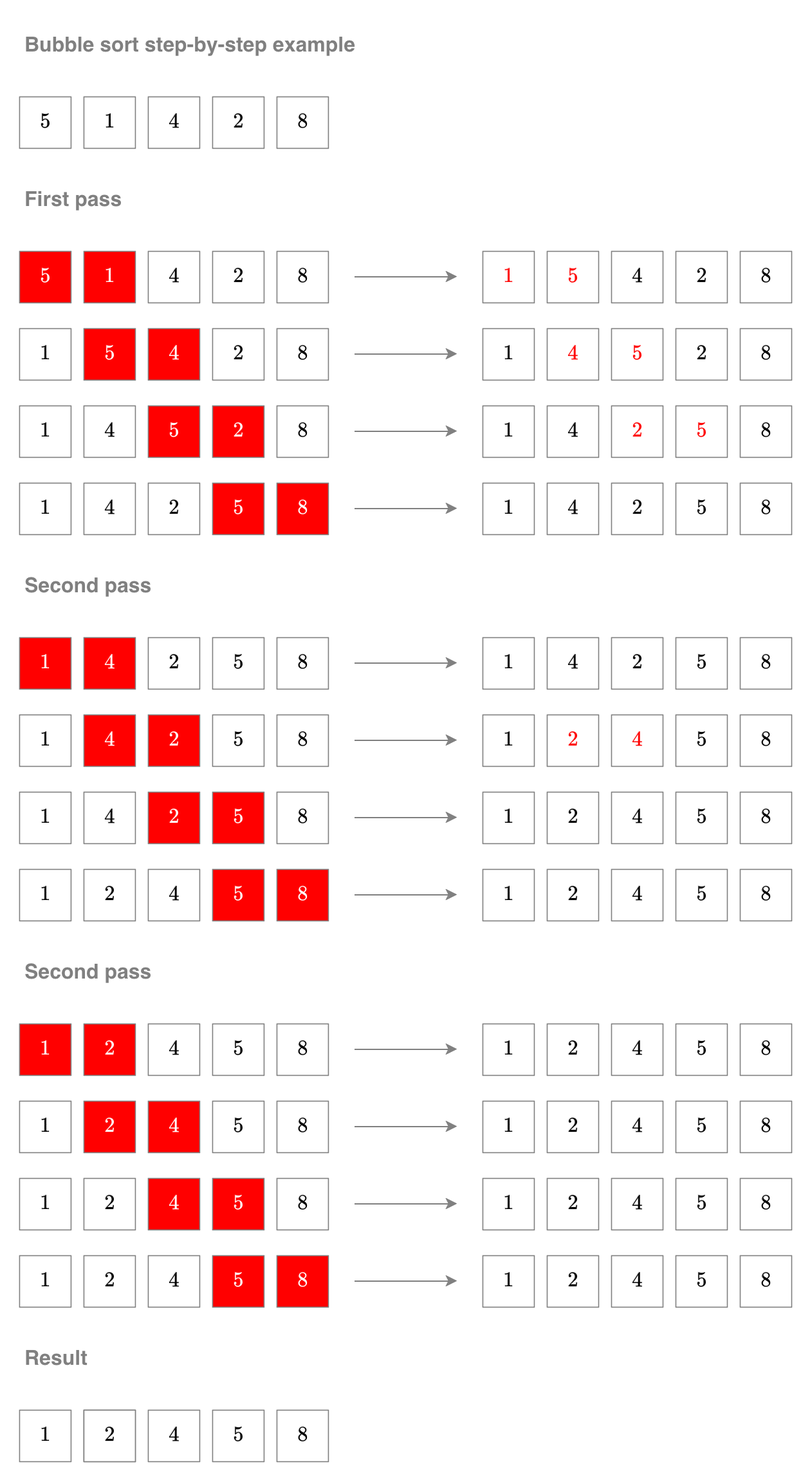
Earlier version of the draw.io export media/bubble_sort.png (qazxsw1240/data-structure-and-algorithm). Source tidied: cells renumbered, new cells last; positions are measured from the earlier drawing's top-left corner, leaving out a move shared by most shapes.
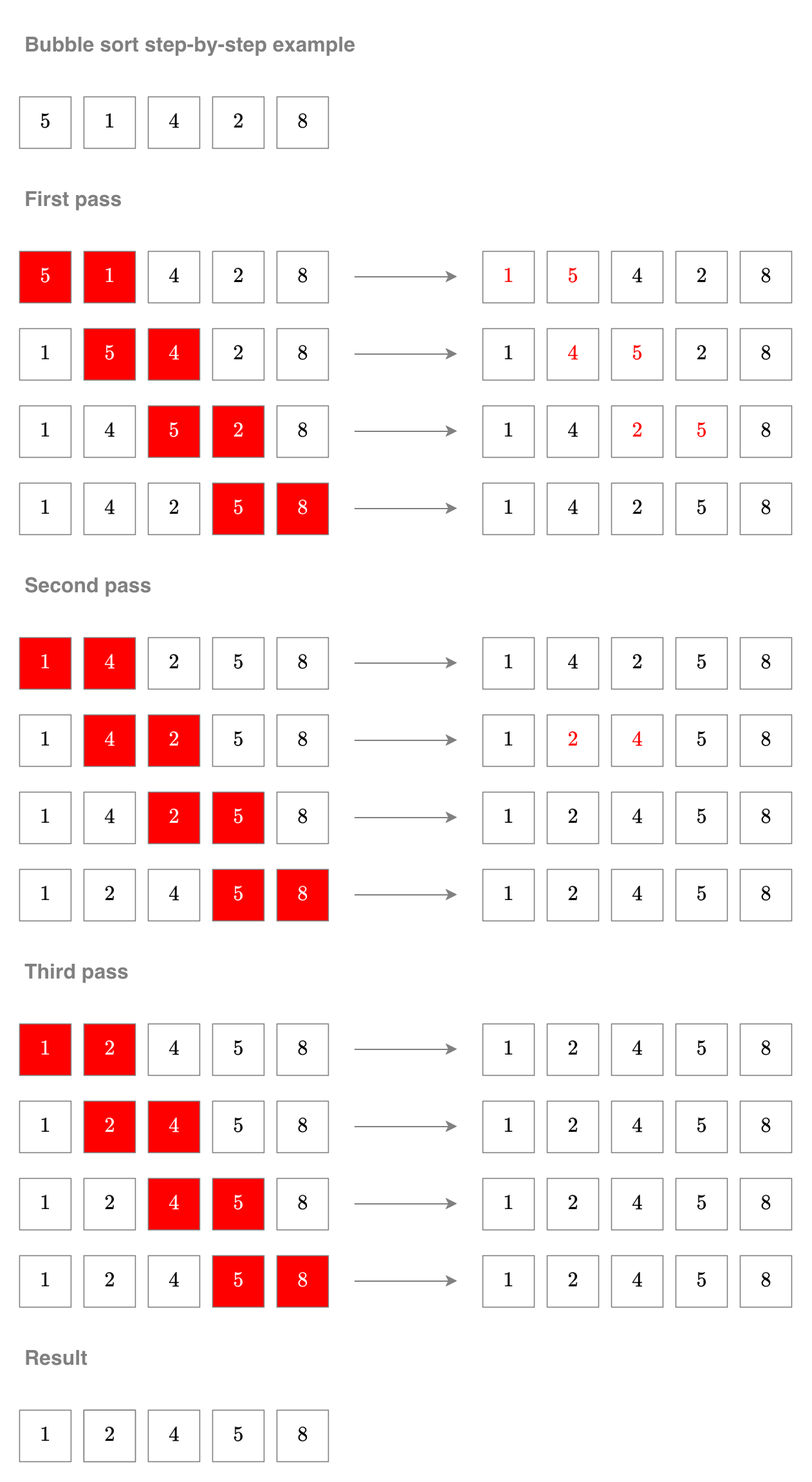
The same diagram one commit later.

Commit message:
이미지 수정

The edit, as a diff of the source:
```diff
@@ -458,7 +458,7 @@
     <mxCell id="141" value="`8`" style="rounded=0;whiteSpace=wrap;html=1;strokeWidth=0.8;spacing=0;labelBackgroundColor=none;strokeColor=#808080;fontColor=#FFFFFF;fillColor=#FF0000;" parent="1" vertex="1">
       <mxGeometry x="200" y="960" width="40" height="40" as="geometry" />
     </mxCell>
-    <mxCell id="142" value="Second pass" style="text;html=1;align=left;verticalAlign=middle;whiteSpace=wrap;rounded=0;spacingLeft=2;spacingRight=2;spacingTop=2;spacingBottom=2;fontSize=16;fontStyle=1;fontColor=#808080;" parent="1" vertex="1">
+    <mxCell id="142" value="Third pass" style="text;html=1;align=left;verticalAlign=middle;whiteSpace=wrap;rounded=0;spacingLeft=2;spacingRight=2;spacingTop=2;spacingBottom=2;fontSize=16;fontStyle=1;fontColor=#808080;" parent="1" vertex="1">
       <mxGeometry y="720" width="320" height="40" as="geometry" />
     </mxCell>
     <mxCell id="143" value="`1`" style="rounded=0;whiteSpace=wrap;html=1;strokeWidth=0.8;spacing=0;labelBackgroundColor=none;strokeColor=#808080;fontColor=#000000;fillColor=#FFFFFF;" parent="1" vertex="1">
```
